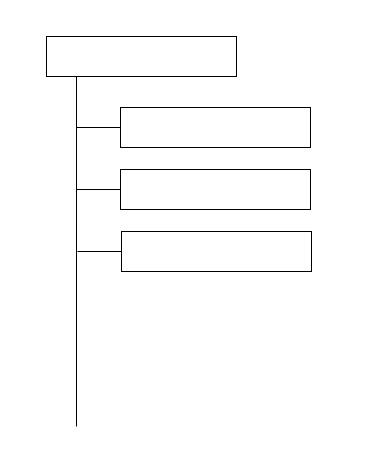
The draw.io diagram page "하드웨어-초기화-구조" (6 of 6) of EABS/Document_Pack/ASDD/ContextDiagram/EABS_context_diagram.drawio in chillin2/MyDraw.io, before the edit. Source tidied: cells renumbered, new cells numbered last; positions are measured from the earlier drawing's top-left corner, leaving out a move shared by most shapes. Both pictures are drawn from the tidied source at 100%, with x=0, y=0 at pixel (46, 36).
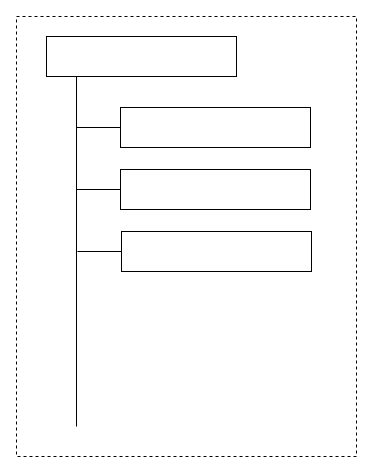
Above is the later version.

Diff of the diagram source:
```diff
@@
 <mxGraphModel>
   <root>
     <mxCell id="0" />
     <mxCell id="1" parent="0" />
+    <mxCell id="10" style="rounded=0;whiteSpace=wrap;html=1;dashed=1;strokeColor=default;align=center;verticalAlign=middle;fontFamily=Helvetica;fontSize=12;fontColor=default;fillColor=default;" parent="1" vertex="1">
+      <mxGeometry x="-30" y="-20" width="340" height="440" as="geometry" />
+    </mxCell>
     <mxCell id="2" style="rounded=0;whiteSpace=wrap;html=1;" parent="1" vertex="1">
       <mxGeometry width="190" height="40" as="geometry" />
     </mxCell>
     <mxCell id="3" style="rounded=0;whiteSpace=wrap;html=1;" parent="1" vertex="1">
       <mxGeometry x="74" y="71" width="190" height="40" as="geometry" />
     </mxCell>
     <mxCell id="4" style="endArrow=none;html=1;rounded=0;entryX=0.158;entryY=1;entryDx=0;entryDy=0;entryPerimeter=0;" parent="1" edge="1" target="2">
       <mxGeometry relative="1" as="geometry">
         <mxPoint x="30" y="390" as="sourcePoint" />
       </mxGeometry>
     </mxCell>
     <mxCell id="5" style="endArrow=none;html=1;rounded=0;entryX=0;entryY=0.5;entryDx=0;entryDy=0;" parent="1" edge="1" target="3">
       <mxGeometry relative="1" as="geometry">
         <mxPoint x="30" y="91" as="sourcePoint" />
       </mxGeometry>
     </mxCell>
     <mxCell id="6" style="rounded=0;whiteSpace=wrap;html=1;" parent="1" vertex="1">
       <mxGeometry x="74" y="133" width="190" height="40" as="geometry" />
     </mxCell>
     <mxCell id="7" style="endArrow=none;html=1;rounded=0;entryX=0;entryY=0.5;entryDx=0;entryDy=0;" parent="1" edge="1" target="6">
       <mxGeometry relative="1" as="geometry">
         <mxPoint x="30" y="153" as="sourcePoint" />
       </mxGeometry>
     </mxCell>
     <mxCell id="8" style="rounded=0;whiteSpace=wrap;html=1;" parent="1" vertex="1">
       <mxGeometry x="75" y="195" width="190" height="40" as="geometry" />
     </mxCell>
     <mxCell id="9" style="endArrow=none;html=1;rounded=0;entryX=0;entryY=0.5;entryDx=0;entryDy=0;" parent="1" edge="1" target="8">
       <mxGeometry relative="1" as="geometry">
         <mxPoint x="31" y="215" as="sourcePoint" />
       </mxGeometry>
     </mxCell>
   </root>
 </mxGraphModel>
```
